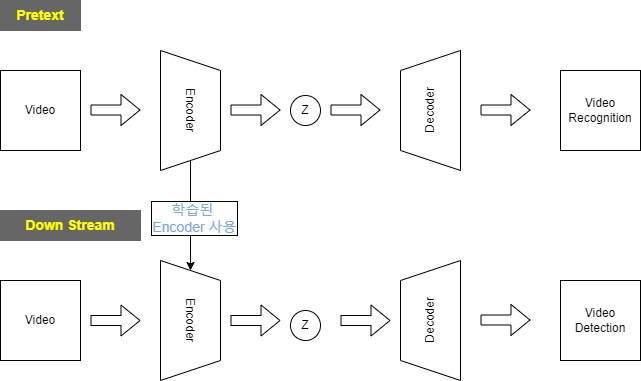
This is 연구주제.drawio.png from Kyoungrae-Noh/Self-Supervised-Learning, a draw.io export, as it was before one commit. Source tidied: cells renumbered, new cells last; positions are measured from the earlier drawing's top-left corner, leaving out a move shared by most shapes.
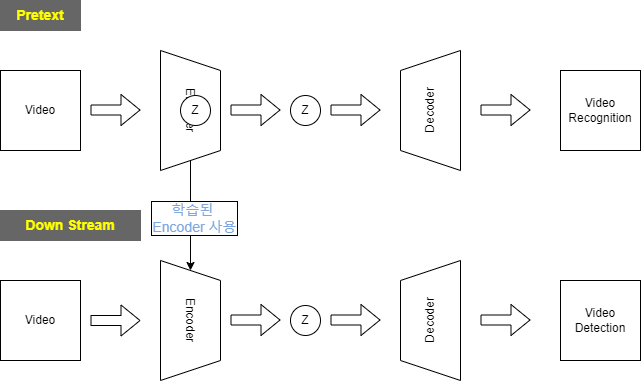
The same diagram one commit later.

Commit message:
연구주제.drawio.png 업데이트

Change to the diagram source:
```diff
@@ -69,32 +69,35 @@
     <mxCell id="17" value="&lt;b&gt;&lt;font color=&quot;#ffff00&quot; style=&quot;font-size: 14px;&quot;&gt;Down Stream&lt;/font&gt;&lt;/b&gt;" style="rounded=0;whiteSpace=wrap;html=1;fillColor=#666666;strokeColor=#666666;" parent="1" vertex="1">
       <mxGeometry y="210" width="140" height="30" as="geometry" />
     </mxCell>
-    <mxCell id="18" style="shape=flexArrow;endArrow=classic;html=1;rounded=0;fillColor=#FFFFFF;" parent="1" edge="1">
-      <mxGeometry relative="1" as="geometry">
-        <mxPoint x="230" y="320" as="sourcePoint" />
-        <mxPoint x="280" y="320" as="targetPoint" />
-      </mxGeometry>
-    </mxCell>
-    <mxCell id="19" style="shape=flexArrow;endArrow=classic;html=1;rounded=0;fillColor=#FFFFFF;" parent="1" edge="1">
-      <mxGeometry relative="1" as="geometry">
-        <mxPoint x="340" y="320" as="sourcePoint" />
-        <mxPoint x="390" y="320" as="targetPoint" />
-      </mxGeometry>
-    </mxCell>
-    <mxCell id="20" value="Z" style="ellipse;whiteSpace=wrap;html=1;" parent="1" vertex="1">
-      <mxGeometry x="290" y="310" width="30" height="30" as="geometry" />
-    </mxCell>
+    <mxCell id="24" value="Z" style="ellipse;whiteSpace=wrap;html=1;" parent="1" vertex="1">
+      <mxGeometry x="180" y="95" width="30" height="30" as="geometry" />
+    </mxCell>
+    <mxCell id="23" value="Video&lt;br&gt;Detection" style="whiteSpace=wrap;html=1;" parent="1" vertex="1">
+      <mxGeometry x="560" y="280" width="80" height="80" as="geometry" />
+    </mxCell>
+    <mxCell id="25" style="shape=flexArrow;endArrow=classic;html=1;rounded=0;fillColor=#FFFFFF;" parent="1" edge="1">
+      <mxGeometry relative="1" as="geometry">
+        <mxPoint x="480" y="319.5" as="sourcePoint" />
+        <mxPoint x="530" y="319.5" as="targetPoint" />
+      </mxGeometry>
+    </mxCell>
     <mxCell id="21" value="Decoder" style="shape=trapezoid;perimeter=trapezoidPerimeter;whiteSpace=wrap;html=1;fixedSize=1;rotation=-90;" parent="1" vertex="1">
       <mxGeometry x="370" y="290" width="120" height="60" as="geometry" />
     </mxCell>
-    <mxCell id="22" style="shape=flexArrow;endArrow=classic;html=1;rounded=0;fillColor=#FFFFFF;" parent="1" edge="1">
-      <mxGeometry relative="1" as="geometry">
-        <mxPoint x="480" y="319.5" as="sourcePoint" />
-        <mxPoint x="530" y="319.5" as="targetPoint" />
-      </mxGeometry>
-    </mxCell>
-    <mxCell id="23" value="Video&lt;br&gt;Detection" style="whiteSpace=wrap;html=1;" parent="1" vertex="1">
-      <mxGeometry x="560" y="280" width="80" height="80" as="geometry" />
-    </mxCell>
+    <mxCell id="26" style="shape=flexArrow;endArrow=classic;html=1;rounded=0;fillColor=#FFFFFF;" parent="1" edge="1">
+      <mxGeometry relative="1" as="geometry">
+        <mxPoint x="230" y="319.5" as="sourcePoint" />
+        <mxPoint x="280" y="319.5" as="targetPoint" />
+      </mxGeometry>
+    </mxCell>
+    <mxCell id="27" value="Z" style="ellipse;whiteSpace=wrap;html=1;" parent="1" vertex="1">
+      <mxGeometry x="290" y="305" width="30" height="30" as="geometry" />
+    </mxCell>
+    <mxCell id="28" style="shape=flexArrow;endArrow=classic;html=1;rounded=0;fillColor=#FFFFFF;" parent="1" edge="1">
+      <mxGeometry relative="1" as="geometry">
+        <mxPoint x="330" y="319.5" as="sourcePoint" />
+        <mxPoint x="380" y="319.5" as="targetPoint" />
+      </mxGeometry>
+    </mxCell>
   </root>
 </mxGraphModel>
```
